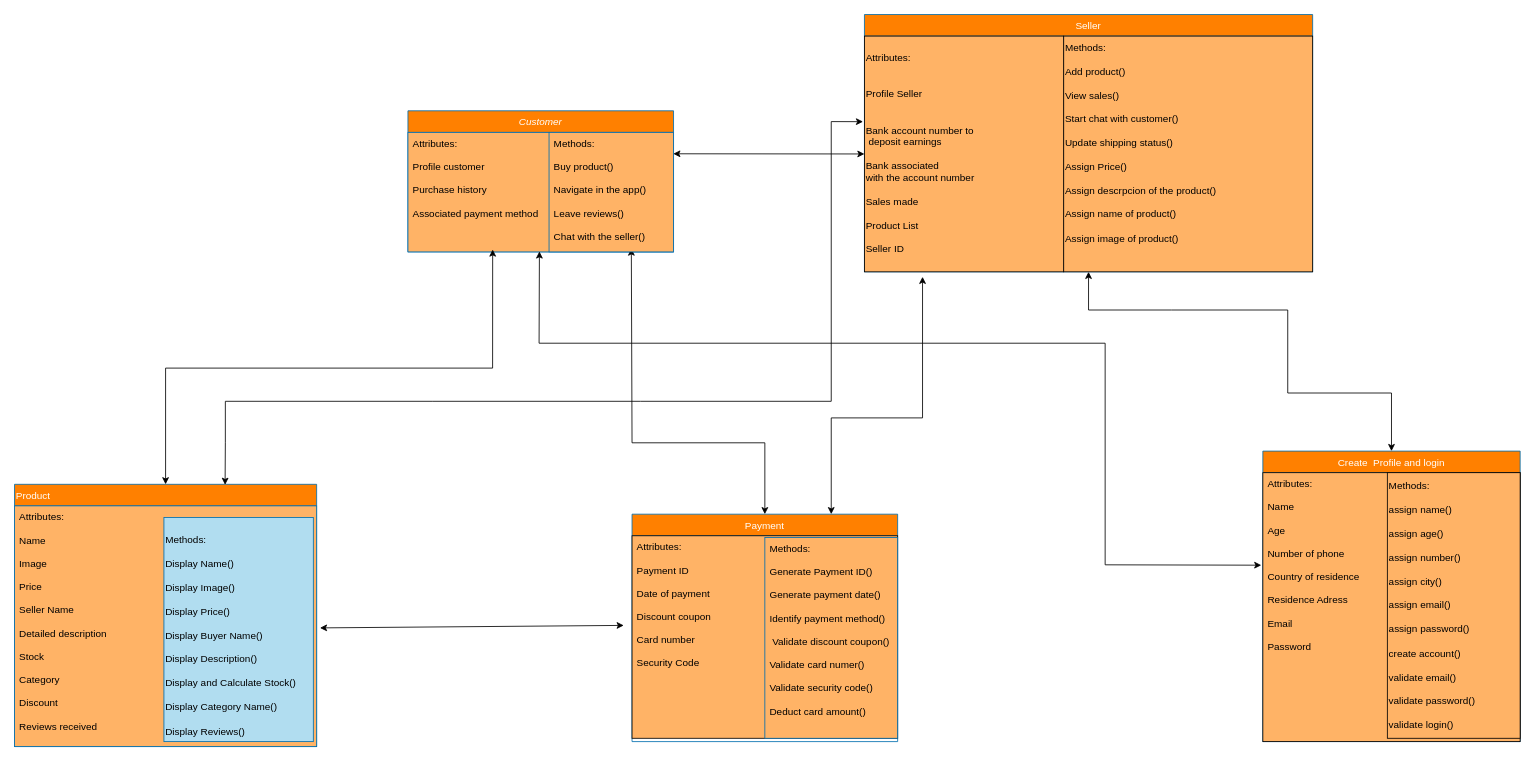
Above: Workshop-2/Diagrama sin título.drawio in Jefferson3108/Proyect-POO (draw.io), before the change. Source tidied: cells renumbered, new cells numbered last; positions are measured from the earlier drawing's top-left corner, leaving out a move shared by most shapes. Both pictures are drawn from the tidied source at 83%, with x=0, y=0 at pixel (14, 14).
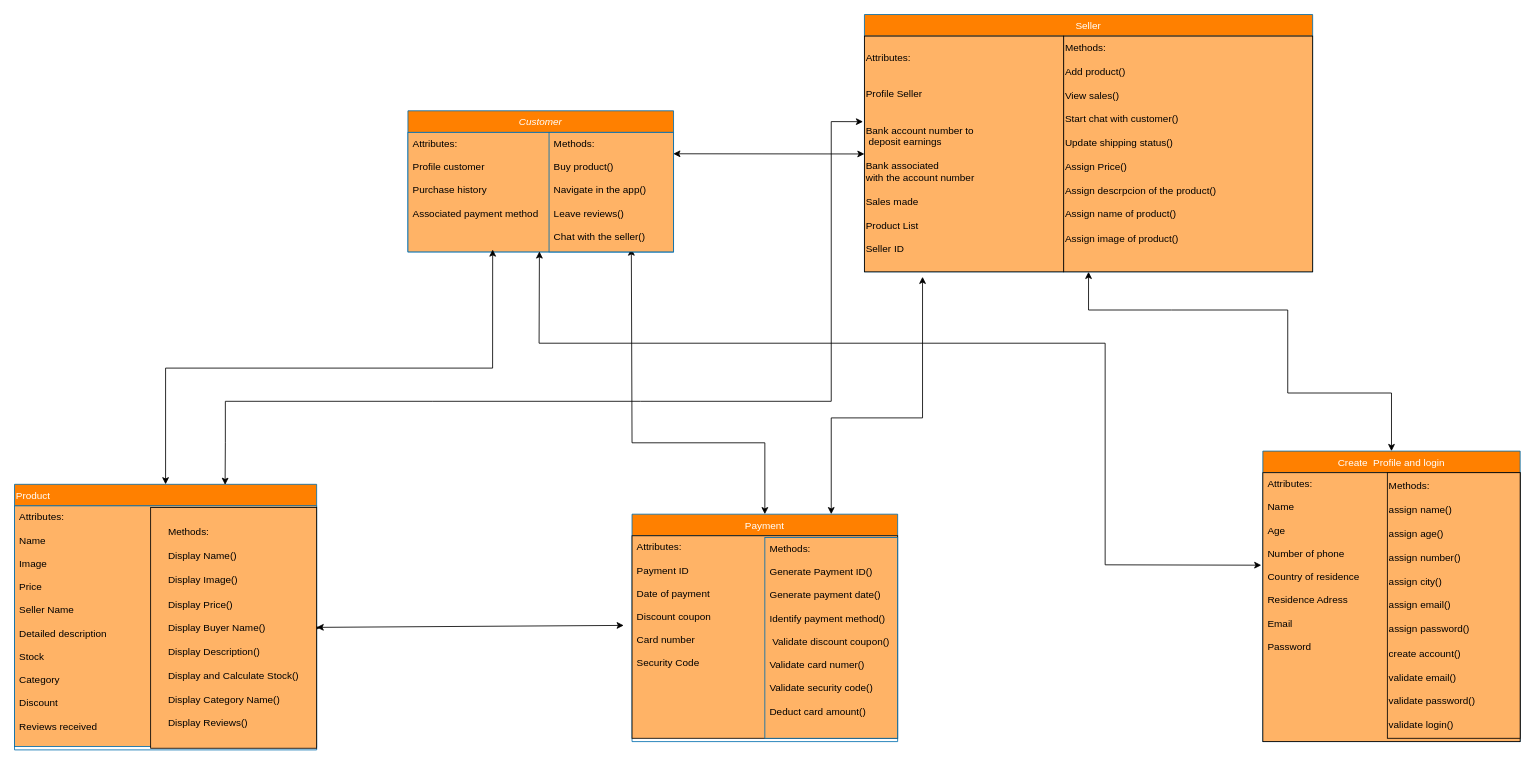
The same page after the edit.

Change to the diagram source:
```diff
@@
     <mxCell id="4" value="Product" style="swimlane;fontStyle=0;align=left;verticalAlign=top;horizontal=1;startSize=26;rounded=0;shadow=0;strokeWidth=1;fillColor=light-dark(#FF8000,#FF8000);fontColor=#ffffff;strokeColor=light-dark(#006EAF,#000000);" parent="1" vertex="1">
-      <mxGeometry y="566" width="364" height="316" as="geometry" />
+      <mxGeometry y="566" width="364" height="320" as="geometry" />
     </mxCell>
@@
-    <mxCell id="14" style="endArrow=classic;startArrow=classic;html=1;rounded=0;strokeColor=light-dark(#000000,#000000);" parent="1" edge="1">
+    <mxCell id="14" style="endArrow=classic;startArrow=classic;html=1;rounded=0;strokeColor=light-dark(#000000,#000000);" parent="1" edge="1" source="21">
       <mxGeometry relative="1" as="geometry">
-        <mxPoint x="368" y="739" as="sourcePoint" />
         <mxPoint x="734" y="736" as="targetPoint" />
       </mxGeometry>
     </mxCell>
@@
-    <mxCell id="21" value="&lt;div&gt;&lt;br&gt;&lt;/div&gt;&lt;div&gt;Methods:&lt;/div&gt;&lt;div&gt;&amp;nbsp;&lt;/div&gt;&lt;div&gt;Display Name()&lt;/div&gt;&lt;div&gt;&lt;span style=&quot;background-color: transparent; color: light-dark(rgb(0, 0, 0), rgb(255, 255, 255));&quot;&gt;&lt;br&gt;&lt;/span&gt;&lt;/div&gt;&lt;div&gt;&lt;span style=&quot;background-color: transparent; color: light-dark(rgb(0, 0, 0), rgb(255, 255, 255));&quot;&gt;Display Image()&lt;/span&gt;&lt;/div&gt;&lt;div&gt;&lt;br&gt;&lt;/div&gt;&lt;div&gt;Display Price()&lt;/div&gt;&lt;div&gt;&lt;br&gt;&lt;/div&gt;&lt;div&gt;Display Buyer Name()&lt;/div&gt;&lt;div&gt;&lt;br&gt;&lt;/div&gt;&lt;div&gt;Display Description()&lt;/div&gt;&lt;div&gt;&lt;br&gt;&lt;/div&gt;&lt;div&gt;&lt;span style=&quot;background-color: transparent; color: light-dark(rgb(0, 0, 0), rgb(255, 255, 255));&quot;&gt;Display and Calculate Stock()&lt;/span&gt;&lt;/div&gt;&lt;div&gt;&lt;br&gt;&lt;/div&gt;&lt;div&gt;Display Category Name()&lt;/div&gt;&lt;div&gt;&lt;br&gt;&lt;/div&gt;&lt;div&gt;Display Reviews()&lt;/div&gt;" style="text;html=1;align=left;verticalAlign=middle;points=[];strokeColor=light-dark(#006EAF,#000000);fillColor=light-dark(#B1DDF0,#FFB366);" parent="1" vertex="1">
-      <mxGeometry x="180" y="606" width="180" height="270" as="geometry" />
-    </mxCell>
@@
+    <mxCell id="27" style="endArrow=classic;startArrow=classic;html=1;rounded=0;strokeColor=light-dark(#000000,#000000);" parent="1" edge="1" target="21">
+      <mxGeometry relative="1" as="geometry">
+        <mxPoint x="368" y="739" as="sourcePoint" />
+      </mxGeometry>
+    </mxCell>
+    <mxCell id="21" value="&lt;div style=&quot;text-align: left; text-wrap-mode: nowrap;&quot;&gt;Methods:&lt;/div&gt;&lt;div style=&quot;text-align: left; text-wrap-mode: nowrap;&quot;&gt;&amp;nbsp;&lt;/div&gt;&lt;div style=&quot;text-align: left; text-wrap-mode: nowrap;&quot;&gt;Display Name()&lt;/div&gt;&lt;div style=&quot;text-align: left; text-wrap-mode: nowrap;&quot;&gt;&lt;span style=&quot;background-color: transparent; color: light-dark(rgb(0, 0, 0), rgb(255, 255, 255));&quot;&gt;&lt;br&gt;&lt;/span&gt;&lt;/div&gt;&lt;div style=&quot;text-align: left; text-wrap-mode: nowrap;&quot;&gt;&lt;span style=&quot;background-color: transparent; color: light-dark(rgb(0, 0, 0), rgb(255, 255, 255));&quot;&gt;Display Image()&lt;/span&gt;&lt;/div&gt;&lt;div style=&quot;text-align: left; text-wrap-mode: nowrap;&quot;&gt;&lt;br&gt;&lt;/div&gt;&lt;div style=&quot;text-align: left; text-wrap-mode: nowrap;&quot;&gt;Display Price()&lt;/div&gt;&lt;div style=&quot;text-align: left; text-wrap-mode: nowrap;&quot;&gt;&lt;br&gt;&lt;/div&gt;&lt;div style=&quot;text-align: left; text-wrap-mode: nowrap;&quot;&gt;Display Buyer Name()&lt;/div&gt;&lt;div style=&quot;text-align: left; text-wrap-mode: nowrap;&quot;&gt;&lt;br&gt;&lt;/div&gt;&lt;div style=&quot;text-align: left; text-wrap-mode: nowrap;&quot;&gt;Display Description()&lt;/div&gt;&lt;div style=&quot;text-align: left; text-wrap-mode: nowrap;&quot;&gt;&lt;br&gt;&lt;/div&gt;&lt;div style=&quot;text-align: left; text-wrap-mode: nowrap;&quot;&gt;&lt;span style=&quot;background-color: transparent; color: light-dark(rgb(0, 0, 0), rgb(255, 255, 255));&quot;&gt;Display and Calculate Stock()&lt;/span&gt;&lt;/div&gt;&lt;div style=&quot;text-align: left; text-wrap-mode: nowrap;&quot;&gt;&lt;br&gt;&lt;/div&gt;&lt;div style=&quot;text-align: left; text-wrap-mode: nowrap;&quot;&gt;Display Category Name()&lt;/div&gt;&lt;div style=&quot;text-align: left; text-wrap-mode: nowrap;&quot;&gt;&lt;br&gt;&lt;/div&gt;&lt;div style=&quot;text-align: left; text-wrap-mode: nowrap;&quot;&gt;Display Reviews()&lt;/div&gt;" style="text;html=1;align=center;verticalAlign=middle;whiteSpace=wrap;rounded=0;fillColor=light-dark(#FFB366,#FFB366);strokeColor=light-dark(#000000,#000000);" parent="1" vertex="1">
+      <mxGeometry x="164" y="594" width="200" height="290" as="geometry" />
+    </mxCell>
```
